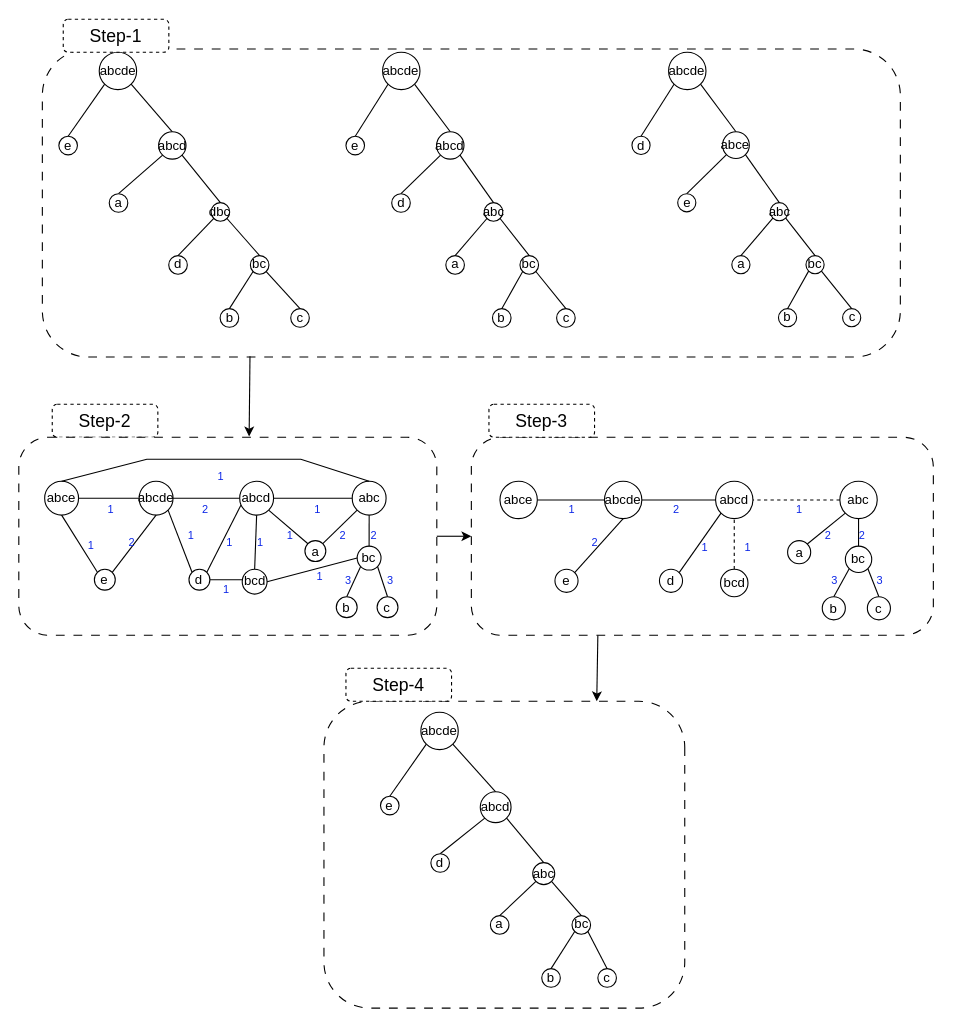
tahiri-lab/PrismTree keeps this draw.io diagram as img/Fig_degree.drawio. Above is the earlier version. Source tidied: cells renumbered, new cells numbered last; positions are measured from the earlier drawing's top-left corner, leaving out a move shared by most shapes. Both pictures are drawn from the tidied source at 110%, with x=0, y=0 at pixel (19, 19).
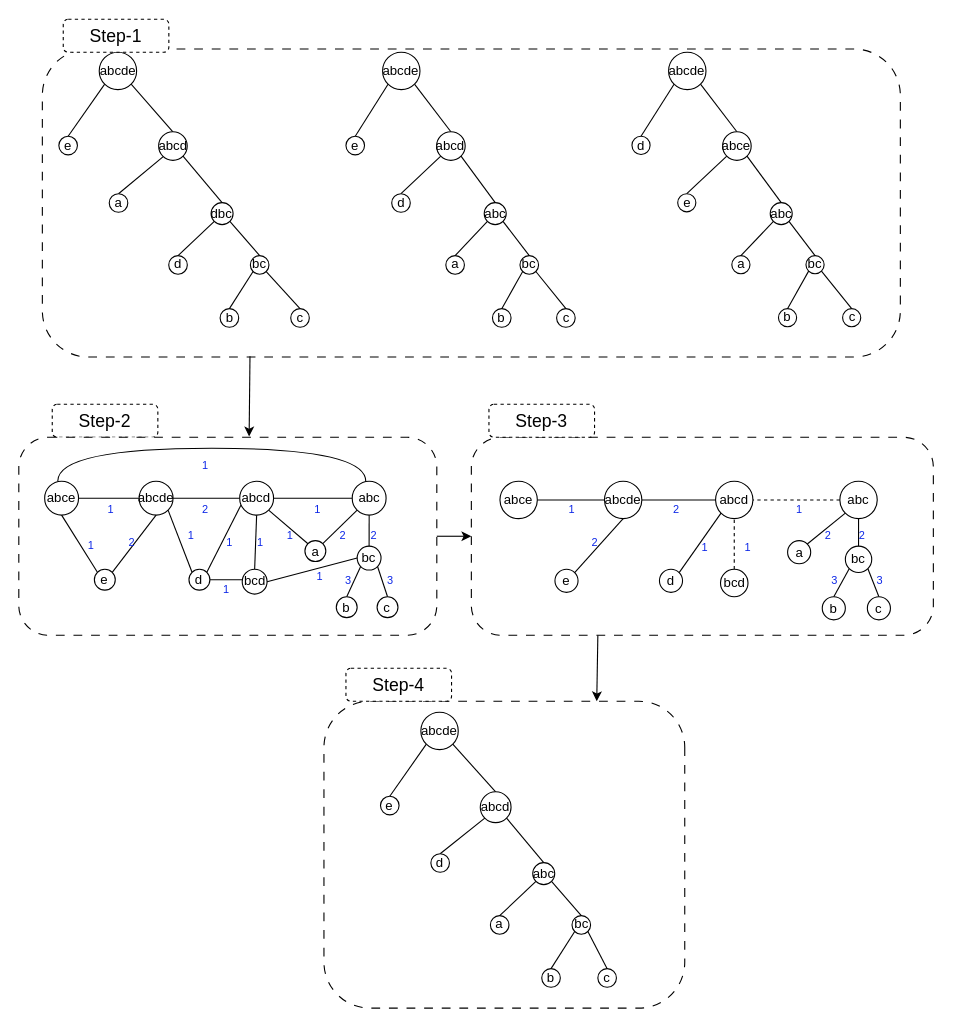
Above is the later version.

The change refers to these unchanged cells:
```xml
<mxCell id="4" style="group;" parent="1" vertex="1">
  <mxGeometry x="297" y="30" width="504" height="277.1" as="geometry" />
</mxCell>
<mxCell id="23" style="group;" parent="1" vertex="1">
  <mxGeometry x="557" y="30" width="279" height="270" as="geometry" />
</mxCell>
<mxCell id="41" style="group;" parent="1" vertex="1">
  <mxGeometry x="5" y="380" width="380" height="180" as="geometry" />
</mxCell>
<mxCell id="44" value="abc" style="ellipse;whiteSpace=wrap;html=1;fontStyle=0;" parent="41" vertex="1">
  <mxGeometry x="297.7" y="40" width="30.8" height="30.8" as="geometry" />
</mxCell>
<mxCell id="56" value="&lt;font style=&quot;font-size: 12px;&quot;&gt;abce&lt;/font&gt;" style="ellipse;whiteSpace=wrap;html=1;fontStyle=0;" parent="41" vertex="1">
  <mxGeometry x="18.1" y="40" width="30.8" height="30.8" as="geometry" />
</mxCell>
<mxCell id="86" style="group;" parent="1" vertex="1">
  <mxGeometry x="36" y="30" width="227.6" height="250" as="geometry" />
</mxCell>
```

What changed in the source:
```diff
@@
     <mxCell id="7" value="abc" style="ellipse;whiteSpace=wrap;html=1;fontStyle=0;" parent="4" vertex="1">
-      <mxGeometry x="125.7" y="136.7" width="16.9" height="16.9" as="geometry" />
+      <mxGeometry x="125.7" y="136.7" width="20" height="20" as="geometry" />
     </mxCell>
@@
     <mxCell id="18" value="abcd" style="ellipse;whiteSpace=wrap;html=1;fontStyle=0;" parent="4" vertex="1">
-      <mxGeometry x="82.4" y="72.3" width="24.9" height="24.9" as="geometry" />
+      <mxGeometry x="82.4" y="72.3" width="26" height="26" as="geometry" />
     </mxCell>
@@
     <mxCell id="25" value="abc" style="ellipse;whiteSpace=wrap;html=1;fontStyle=0;" parent="23" vertex="1">
-      <mxGeometry x="125.7" y="136.7" width="16.5" height="16.5" as="geometry" />
+      <mxGeometry x="125.7" y="136.7" width="20" height="20" as="geometry" />
     </mxCell>
@@
     <mxCell id="36" value="abce" style="ellipse;whiteSpace=wrap;html=1;fontStyle=0;" parent="23" vertex="1">
-      <mxGeometry x="82.4" y="72.3" width="24.3" height="24.3" as="geometry" />
+      <mxGeometry x="82.4" y="72.3" width="26" height="26" as="geometry" />
     </mxCell>
@@
-    <mxCell id="69" style="endArrow=none;html=1;rounded=0;entryX=0.5;entryY=0;entryDx=0;entryDy=0;exitX=0.5;exitY=0;exitDx=0;exitDy=0;" parent="41" edge="1" source="56" target="44">
-      <mxGeometry relative="1" as="geometry">
-        <Array as="points">
-          <mxPoint x="111" y="20" />
-          <mxPoint x="181" y="20" />
-          <mxPoint x="251" y="20" />
-        </Array>
-      </mxGeometry>
-    </mxCell>
@@
     <mxCell id="85" value="&lt;font color=&quot;#0d27e7&quot; style=&quot;font-size: 10px;&quot;&gt;1&lt;/font&gt;" style="text;html=1;align=center;verticalAlign=middle;fontColor=#3e0925;" parent="41" vertex="1">
-      <mxGeometry x="162.9" y="20" width="30" height="30" as="geometry" />
+      <mxGeometry x="149.3" y="10" width="30" height="30" as="geometry" />
     </mxCell>
+    <mxCell id="161" style="shape=requiredInterface;html=1;verticalLabelPosition=bottom;sketch=0;direction=north;" parent="41" vertex="1">
+      <mxGeometry x="30" y="10" width="280" height="30" as="geometry" />
+    </mxCell>
@@
     <mxCell id="88" value="dbc" style="ellipse;whiteSpace=wrap;html=1;fontStyle=0;" parent="86" vertex="1">
-      <mxGeometry x="138.4" y="136.7" width="16.9" height="16.9" as="geometry" />
+      <mxGeometry x="138.4" y="136.7" width="20" height="20" as="geometry" />
     </mxCell>
@@
     <mxCell id="99" value="abcd" style="ellipse;whiteSpace=wrap;html=1;fontStyle=0;" parent="86" vertex="1">
-      <mxGeometry x="90.7" y="72.3" width="24.9" height="24.9" as="geometry" />
+      <mxGeometry x="90.7" y="72.3" width="26" height="26" as="geometry" />
     </mxCell>
```
